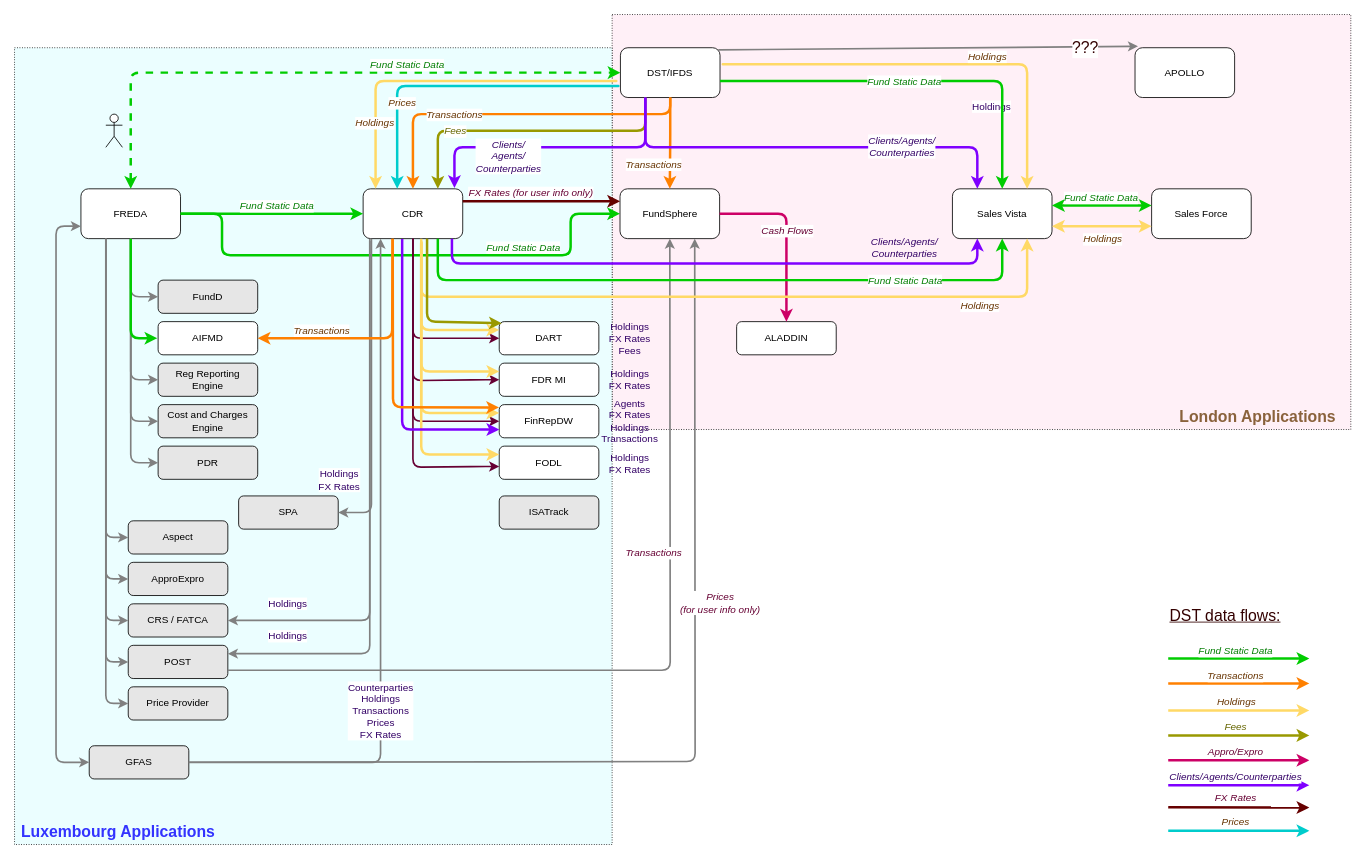
Before: GOS TA data flows.drawio in rodinan/Price-Provider, a draw.io diagram. Source tidied: cells renumbered, new cells numbered last; positions are measured from the earlier drawing's top-left corner, leaving out a move shared by most shapes. Both pictures are drawn from the tidied source at 83%, with x=0, y=0 at pixel (14, 14).
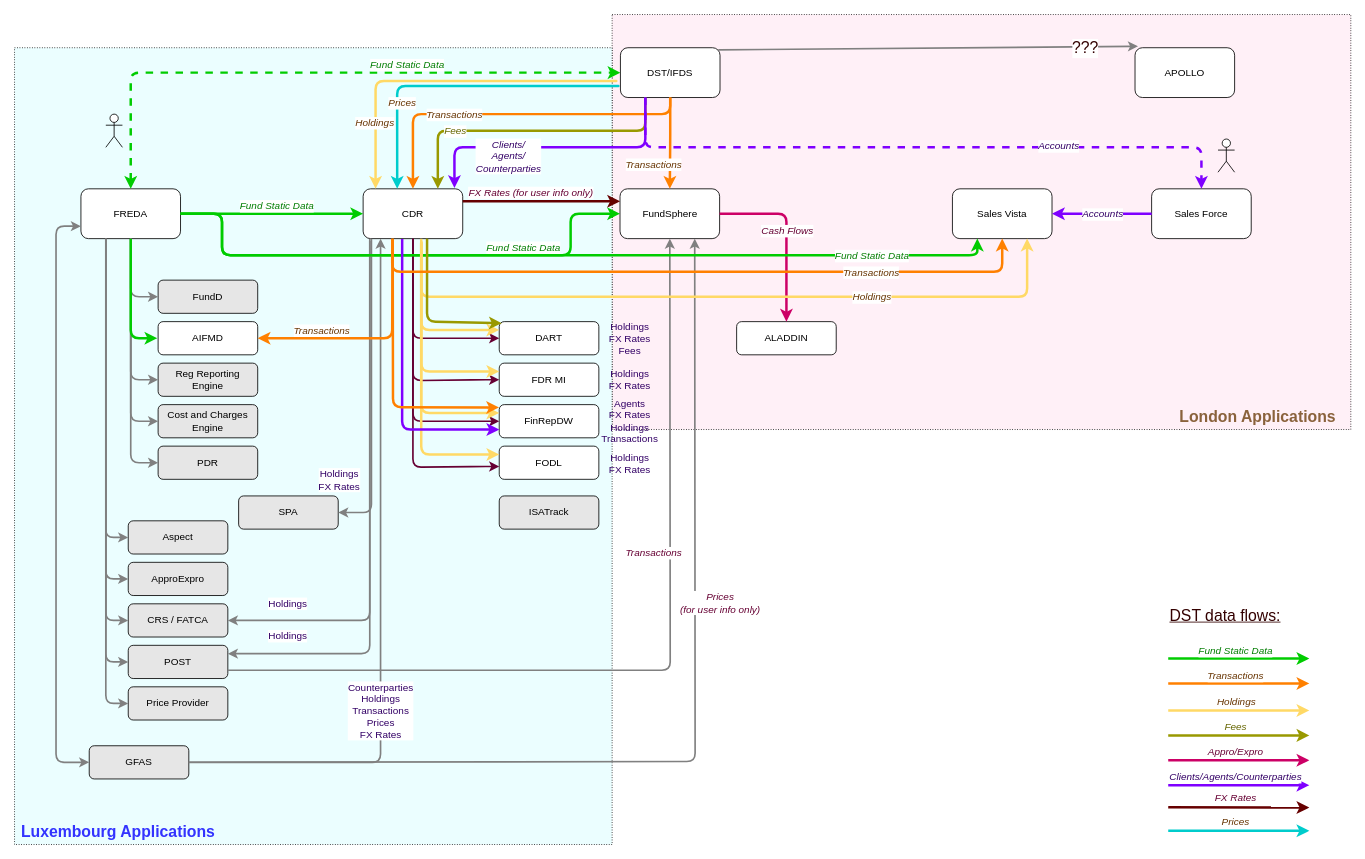
Above is the later version.

Unchanged cells that the change refers to:
```xml
<mxCell id="4" value="DST/IFDS" style="rounded=1;whiteSpace=wrap;html=1;" parent="1" vertex="1">
  <mxGeometry x="730" y="40" width="120" height="60" as="geometry" />
</mxCell>
<mxCell id="5" value="FREDA" style="rounded=1;whiteSpace=wrap;html=1;" parent="1" vertex="1">
  <mxGeometry x="80" y="210" width="120" height="60" as="geometry" />
</mxCell>
<mxCell id="6" value="CDR" style="rounded=1;whiteSpace=wrap;html=1;" parent="1" vertex="1">
  <mxGeometry x="420" y="210" width="120" height="60" as="geometry" />
</mxCell>
<mxCell id="8" value="Sales Vista" style="rounded=1;whiteSpace=wrap;html=1;" parent="1" vertex="1">
  <mxGeometry x="1130" y="210" width="120" height="60" as="geometry" />
</mxCell>
<mxCell id="80" style="endArrow=classic;html=1;strokeColor=#808080;strokeWidth=2;entryX=0.03;entryY=-0.029;entryDx=0;entryDy=0;exitX=0.982;exitY=0.043;exitDx=0;exitDy=0;exitPerimeter=0;entryPerimeter=0;" parent="1" edge="1" source="4" target="129">
  <mxGeometry relative="1" as="geometry" />
</mxCell>
<mxCell id="86" value="Sales Force" style="rounded=1;whiteSpace=wrap;html=1;" parent="1" vertex="1">
  <mxGeometry x="1370" y="210" width="120" height="60" as="geometry" />
</mxCell>
<mxCell id="103" style="endArrow=classic;html=1;strokeColor=#FFD966;strokeWidth=3;entryX=0.75;entryY=1;entryDx=0;entryDy=0;" parent="1" edge="1" target="8">
  <mxGeometry relative="1" as="geometry">
    <mxPoint x="490" y="270" as="sourcePoint" />
    <Array as="points">
      <mxPoint x="490" y="270" />
      <mxPoint x="490" y="340" />
      <mxPoint x="1220" y="340" />
    </Array>
  </mxGeometry>
</mxCell>
```

The edit, as a diff of the source:
```diff
@@
-    <mxCell id="81" value="Holdings" style="text;html=1;align=center;verticalAlign=middle;labelBackgroundColor=#ffffff;fontColor=#330066;" parent="80" vertex="1">
-      <mxGeometry x="0.02" y="1" relative="1" as="geometry">
-        <mxPoint x="71" y="71" as="offset" />
-      </mxGeometry>
-    </mxCell>
@@
-    <mxCell id="87" style="endArrow=classic;html=1;strokeColor=#7F00FF;strokeWidth=3;exitX=0.25;exitY=1;exitDx=0;exitDy=0;entryX=0.25;entryY=0;entryDx=0;entryDy=0;" parent="1" edge="1" source="4" target="8">
+    <mxCell id="87" style="endArrow=classic;html=1;strokeColor=#7F00FF;strokeWidth=3;exitX=0.25;exitY=1;exitDx=0;exitDy=0;entryX=0.5;entryY=0;entryDx=0;entryDy=0;dashed=1;" parent="1" edge="1" source="4" target="86">
       <mxGeometry relative="1" as="geometry">
         <Array as="points">
           <mxPoint x="760" y="160" />
-          <mxPoint x="1160" y="160" />
+          <mxPoint x="1430" y="160" />
         </Array>
       </mxGeometry>
     </mxCell>
-    <mxCell id="88" value="Clients/Agents/&lt;br&gt;Counterparties" style="text;html=1;align=center;verticalAlign=middle;labelBackgroundColor=#ffffff;fontColor=#330066;fontStyle=2;" parent="87" vertex="1">
+    <mxCell id="88" value="Accounts" style="text;html=1;align=center;verticalAlign=middle;labelBackgroundColor=#ffffff;fontColor=#330066;fontStyle=2;" parent="87" vertex="1">
       <mxGeometry x="0.4" y="6" relative="1" as="geometry">
         <mxPoint x="11" y="4" as="offset" />
       </mxGeometry>
     </mxCell>
-    <mxCell id="89" style="endArrow=classic;html=1;strokeColor=#00CC00;strokeWidth=3;entryX=0.5;entryY=0;entryDx=0;entryDy=0;" parent="1" edge="1" target="8">
-      <mxGeometry relative="1" as="geometry">
-        <mxPoint x="850" y="80" as="sourcePoint" />
-        <Array as="points">
-          <mxPoint x="1190" y="80" />
-        </Array>
-      </mxGeometry>
-    </mxCell>
-    <mxCell id="90" value="Fund Static Data" style="text;html=1;align=center;verticalAlign=middle;labelBackgroundColor=#ffffff;fontColor=#007D00;fontStyle=2;" parent="89" vertex="1">
-      <mxGeometry x="0.4" y="6" relative="1" as="geometry">
-        <mxPoint x="-108" y="6" as="offset" />
-      </mxGeometry>
-    </mxCell>
@@
-    <mxCell id="97" style="endArrow=classic;html=1;strokeColor=#FFD966;strokeWidth=3;entryX=0.125;entryY=0;entryDx=0;entryDy=0;entryPerimeter=0;" parent="1" edge="1">
-      <mxGeometry relative="1" as="geometry">
-        <mxPoint x="860" y="60" as="sourcePoint" />
-        <mxPoint x="1220" y="210" as="targetPoint" />
-        <Array as="points">
-          <mxPoint x="850" y="60" />
-          <mxPoint x="1220" y="60" />
-        </Array>
-      </mxGeometry>
-    </mxCell>
-    <mxCell id="98" value="Holdings" style="text;html=1;align=center;verticalAlign=middle;labelBackgroundColor=#ffffff;fontColor=#663300;fontStyle=2;" parent="97" vertex="1">
-      <mxGeometry x="0.4" y="6" relative="1" as="geometry">
-        <mxPoint x="-40" y="-4" as="offset" />
-      </mxGeometry>
-    </mxCell>
-    <mxCell id="99" style="endArrow=classic;html=1;strokeColor=#00CC00;strokeWidth=3;entryX=0.5;entryY=1;entryDx=0;entryDy=0;exitX=0.75;exitY=1;exitDx=0;exitDy=0;" parent="1" edge="1" source="6" target="8">
+    <mxCell id="99" style="endArrow=classic;html=1;strokeColor=#00CC00;strokeWidth=3;entryX=0.25;entryY=1;entryDx=0;entryDy=0;exitX=1;exitY=0.5;exitDx=0;exitDy=0;" parent="1" edge="1" source="5" target="8">
       <mxGeometry relative="1" as="geometry">
         <Array as="points">
-          <mxPoint x="510" y="320" />
-          <mxPoint x="1190" y="320" />
+          <mxPoint x="250" y="240" />
+          <mxPoint x="250" y="290" />
+          <mxPoint x="1160" y="290" />
         </Array>
       </mxGeometry>
     </mxCell>
     <mxCell id="100" value="Fund Static Data" style="text;html=1;align=center;verticalAlign=middle;labelBackgroundColor=#ffffff;fontColor=#007D00;fontStyle=2;" parent="99" vertex="1">
       <mxGeometry x="0.4" y="6" relative="1" as="geometry">
-        <mxPoint x="66" y="6" as="offset" />
+        <mxPoint x="161" y="6" as="offset" />
       </mxGeometry>
     </mxCell>
-    <mxCell id="101" style="endArrow=classic;html=1;strokeColor=#7F00FF;strokeWidth=3;entryX=0.25;entryY=1;entryDx=0;entryDy=0;" parent="1" edge="1" target="8">
-      <mxGeometry relative="1" as="geometry">
-        <mxPoint x="527" y="270" as="sourcePoint" />
-        <Array as="points">
-          <mxPoint x="527" y="300" />
-          <mxPoint x="1160" y="300" />
-        </Array>
-      </mxGeometry>
-    </mxCell>
-    <mxCell id="102" value="Clients/Agents/&lt;br&gt;Counterparties" style="text;html=1;align=center;verticalAlign=middle;labelBackgroundColor=none;fontColor=#330066;fontStyle=2;" parent="101" vertex="1">
-      <mxGeometry x="0.4" y="6" relative="1" as="geometry">
-        <mxPoint x="89" y="-14" as="offset" />
-      </mxGeometry>
-    </mxCell>
@@
     <mxCell id="104" value="Holdings" style="text;html=1;align=center;verticalAlign=middle;labelBackgroundColor=#ffffff;fontColor=#663300;fontStyle=2;" parent="103" vertex="1">
       <mxGeometry x="0.4" y="6" relative="1" as="geometry">
-        <mxPoint x="133" y="16" as="offset" />
+        <mxPoint x="3" y="6" as="offset" />
       </mxGeometry>
     </mxCell>
-    <mxCell id="105" style="endArrow=classic;html=1;strokeColor=#00CC00;strokeWidth=3;startArrow=classic;startFill=1;" parent="1" edge="1">
-      <mxGeometry relative="1" as="geometry">
-        <mxPoint x="1250" y="230" as="sourcePoint" />
-        <mxPoint x="1370" y="230" as="targetPoint" />
-      </mxGeometry>
-    </mxCell>
-    <mxCell id="106" value="Fund Static Data" style="text;html=1;align=center;verticalAlign=middle;labelBackgroundColor=#ffffff;fontColor=#007D00;fontStyle=2;" parent="105" vertex="1">
-      <mxGeometry x="0.4" y="6" relative="1" as="geometry">
-        <mxPoint x="-26" y="-4" as="offset" />
-      </mxGeometry>
-    </mxCell>
-    <mxCell id="107" style="endArrow=classic;html=1;strokeColor=#FFD966;strokeWidth=3;entryX=1;entryY=0.75;entryDx=0;entryDy=0;startArrow=classic;startFill=1;exitX=0;exitY=0.75;exitDx=0;exitDy=0;" parent="1" edge="1" source="86" target="8">
-      <mxGeometry relative="1" as="geometry">
-        <Array as="points">
-          <mxPoint x="1270" y="255" />
-        </Array>
-      </mxGeometry>
-    </mxCell>
-    <mxCell id="108" value="Holdings" style="text;html=1;align=center;verticalAlign=middle;labelBackgroundColor=#ffffff;fontColor=#663300;fontStyle=2;" parent="107" vertex="1">
-      <mxGeometry x="0.4" y="6" relative="1" as="geometry">
-        <mxPoint x="24" y="9" as="offset" />
-      </mxGeometry>
-    </mxCell>
@@
+    <mxCell id="130" style="endArrow=classic;html=1;strokeColor=#FF8000;strokeWidth=3;entryX=0.5;entryY=1;entryDx=0;entryDy=0;exitX=0.293;exitY=1.003;exitDx=0;exitDy=0;exitPerimeter=0;" parent="1" edge="1" source="6" target="8">
+      <mxGeometry relative="1" as="geometry">
+        <Array as="points">
+          <mxPoint x="455" y="310" />
+          <mxPoint x="1190" y="310" />
+        </Array>
+      </mxGeometry>
+    </mxCell>
+    <mxCell id="131" value="Transactions" style="text;html=1;align=center;verticalAlign=middle;labelBackgroundColor=#ffffff;fontColor=#663300;fontStyle=2;" parent="130" vertex="1">
+      <mxGeometry x="0.4" y="6" relative="1" as="geometry">
+        <mxPoint x="46" y="6" as="offset" />
+      </mxGeometry>
+    </mxCell>
+    <mxCell id="132" style="shape=umlActor;verticalLabelPosition=bottom;labelBackgroundColor=#ffffff;verticalAlign=top;html=1;fontColor=#330066;" parent="1" vertex="1">
+      <mxGeometry x="1450" y="150" width="20" height="40" as="geometry" />
+    </mxCell>
+    <mxCell id="107" style="endArrow=classic;html=1;strokeColor=#7F00FF;strokeWidth=3;exitX=0;exitY=0.5;exitDx=0;exitDy=0;entryX=1;entryY=0.5;entryDx=0;entryDy=0;" parent="1" edge="1" source="86" target="8">
+      <mxGeometry relative="1" as="geometry">
+        <Array as="points">
+          <mxPoint x="1300" y="240" />
+        </Array>
+      </mxGeometry>
+    </mxCell>
+    <mxCell id="133" value="Accounts" style="text;html=1;align=center;verticalAlign=middle;labelBackgroundColor=#ffffff;fontColor=#330066;fontStyle=2;" parent="107" vertex="1">
+      <mxGeometry x="0.4" y="6" relative="1" as="geometry">
+        <mxPoint x="24" y="-6" as="offset" />
+      </mxGeometry>
+    </mxCell>
```
